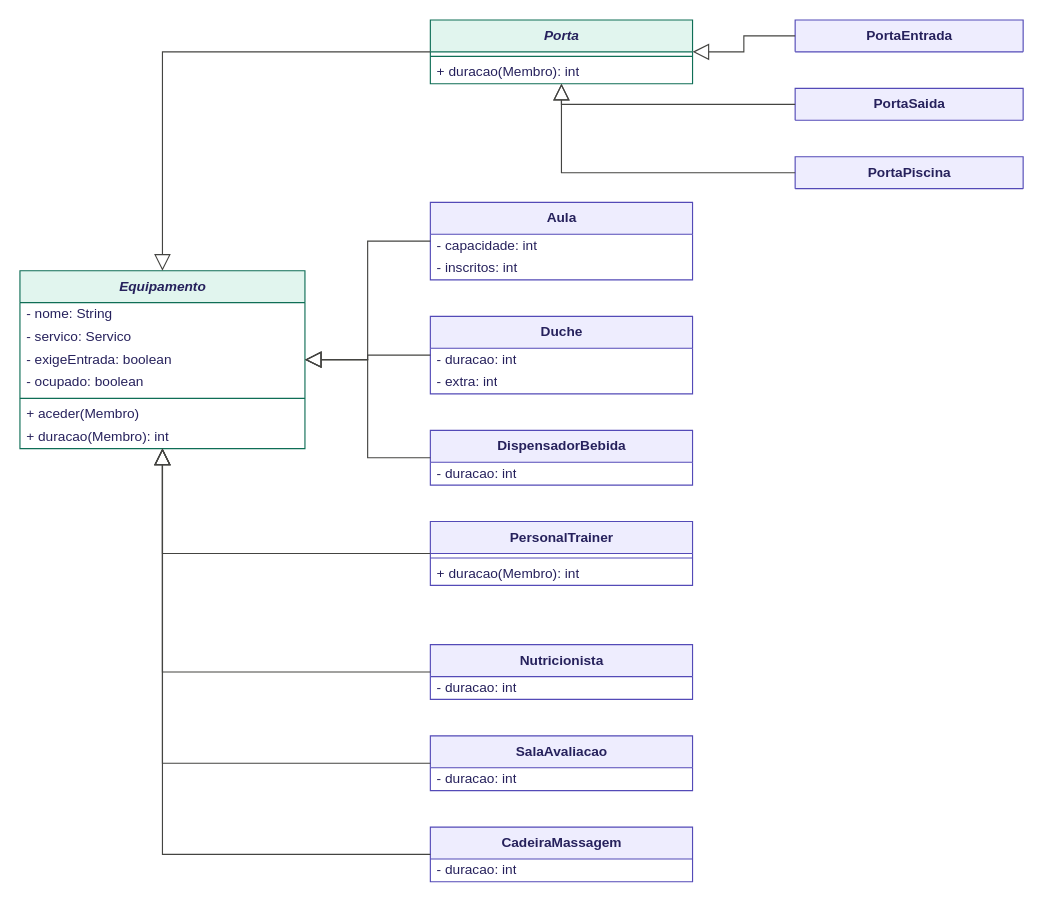
Earlier version of the draw.io diagram page "3 - Equipamentos" (3 of 3) of Untitled Diagram.drawio (joelmalacas/ESTGym). Source tidied: cells renumbered, new cells numbered last; positions are measured from the earlier drawing's top-left corner, leaving out a move shared by most shapes. Both pictures are drawn from the tidied source at 114%, with x=0, y=0 at pixel (19, 19).
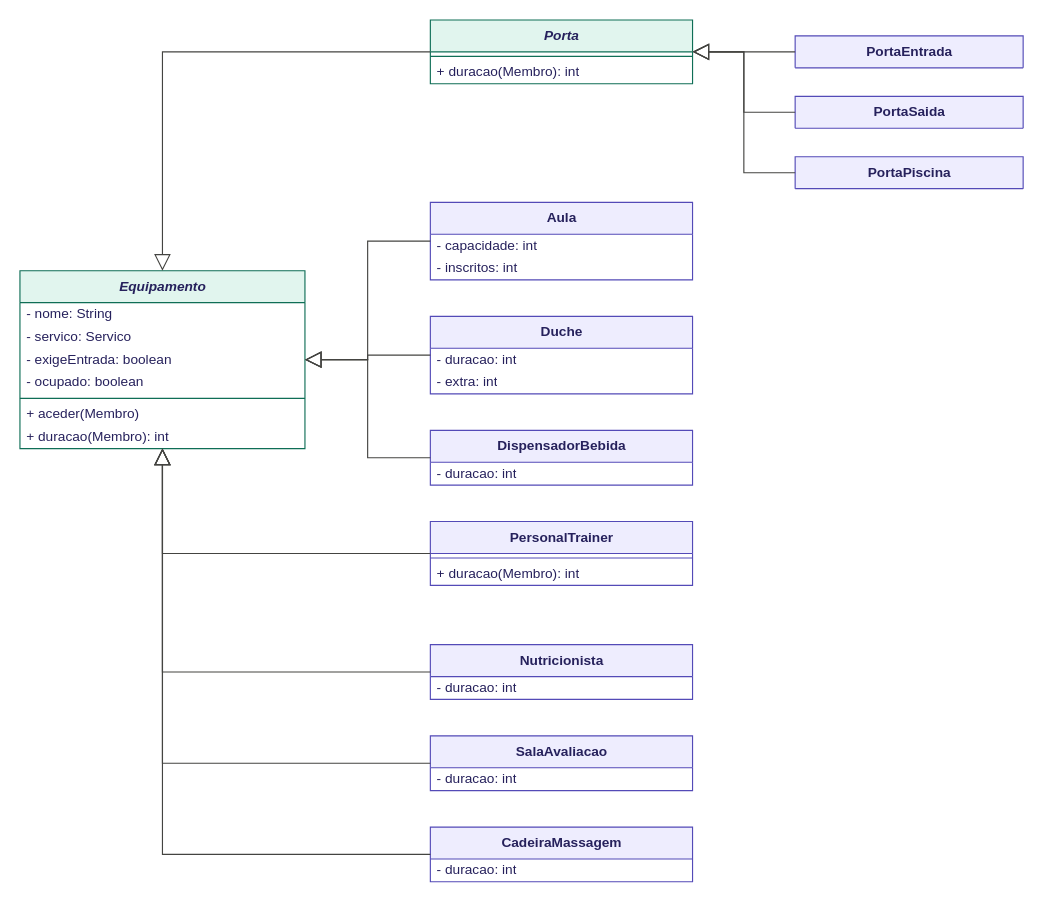
After the change.

Unchanged cells that the change refers to:
```xml
<mxCell id="10" value="Porta" style="swimlane;fontStyle=3;align=center;verticalAlign=top;horizontal=1;startSize=28;html=1;rounded=0;fillColor=#E1F5EE;strokeColor=#0F6E56;fontColor=#26215C;" parent="1" vertex="1">
  <mxGeometry x="360" width="230" height="56" as="geometry" />
</mxCell>
<mxCell id="15" value="PortaPiscina" style="swimlane;fontStyle=1;align=center;verticalAlign=top;horizontal=1;startSize=28;html=1;rounded=0;fillColor=#EEEDFE;strokeColor=#534AB7;fontColor=#26215C;" parent="1" vertex="1">
  <mxGeometry x="680" y="120" width="200" height="28" as="geometry" />
</mxCell>
```

What changed in the source:
```diff
@@
     <mxCell id="13" value="PortaEntrada" style="swimlane;fontStyle=1;align=center;verticalAlign=top;horizontal=1;startSize=28;html=1;rounded=0;fillColor=#EEEDFE;strokeColor=#534AB7;fontColor=#26215C;" parent="1" vertex="1">
-      <mxGeometry x="680" width="200" height="28" as="geometry" />
+      <mxGeometry x="680" y="14" width="200" height="28" as="geometry" />
     </mxCell>
     <mxCell id="14" value="PortaSaida" style="swimlane;fontStyle=1;align=center;verticalAlign=top;horizontal=1;startSize=28;html=1;rounded=0;fillColor=#EEEDFE;strokeColor=#534AB7;fontColor=#26215C;" parent="1" vertex="1">
-      <mxGeometry x="680" y="60" width="200" height="28" as="geometry" />
+      <mxGeometry x="680" y="67" width="200" height="28" as="geometry" />
     </mxCell>
@@
-    <mxCell id="41" style="html=1;rounded=0;edgeStyle=orthogonalEdgeStyle;endArrow=block;endFill=0;endSize=12;startArrow=none;strokeColor=#444441;labelBackgroundColor=default;" parent="1" edge="1" source="13" target="10">
-      <mxGeometry relative="1" as="geometry" />
-    </mxCell>
-    <mxCell id="42" style="html=1;rounded=0;edgeStyle=orthogonalEdgeStyle;endArrow=block;endFill=0;endSize=12;startArrow=none;strokeColor=#444441;labelBackgroundColor=default;" parent="1" edge="1" source="14" target="10">
-      <mxGeometry relative="1" as="geometry" />
+    <mxCell id="42" style="html=1;rounded=0;edgeStyle=orthogonalEdgeStyle;endArrow=block;endFill=0;endSize=12;startArrow=none;strokeColor=#444441;labelBackgroundColor=default;entryX=1;entryY=0.5;entryDx=0;entryDy=0;exitX=0;exitY=0.5;exitDx=0;exitDy=0;" parent="1" edge="1" source="14" target="10">
+      <mxGeometry x="-0.7" relative="1" as="geometry" />
     </mxCell>
-    <mxCell id="43" style="html=1;rounded=0;edgeStyle=orthogonalEdgeStyle;endArrow=block;endFill=0;endSize=12;startArrow=none;strokeColor=#444441;labelBackgroundColor=default;" parent="1" edge="1" source="15" target="10">
-      <mxGeometry relative="1" as="geometry" />
+    <mxCell id="43" style="html=1;rounded=0;edgeStyle=orthogonalEdgeStyle;endArrow=block;endFill=0;endSize=12;startArrow=none;strokeColor=#444441;labelBackgroundColor=default;entryX=1;entryY=0.5;entryDx=0;entryDy=0;exitX=0;exitY=0.5;exitDx=0;exitDy=0;" parent="1" edge="1" source="15" target="10">
+      <mxGeometry x="-0.73" relative="1" as="geometry" />
     </mxCell>
+    <mxCell id="41" style="html=1;rounded=0;edgeStyle=orthogonalEdgeStyle;endArrow=block;endFill=0;endSize=12;startArrow=none;strokeColor=#444441;labelBackgroundColor=default;entryX=1;entryY=0.5;entryDx=0;entryDy=0;exitX=0;exitY=0.5;exitDx=0;exitDy=0;" parent="1" edge="1" source="13" target="10">
+      <mxGeometry x="-0.71" relative="1" as="geometry" />
+    </mxCell>
```
